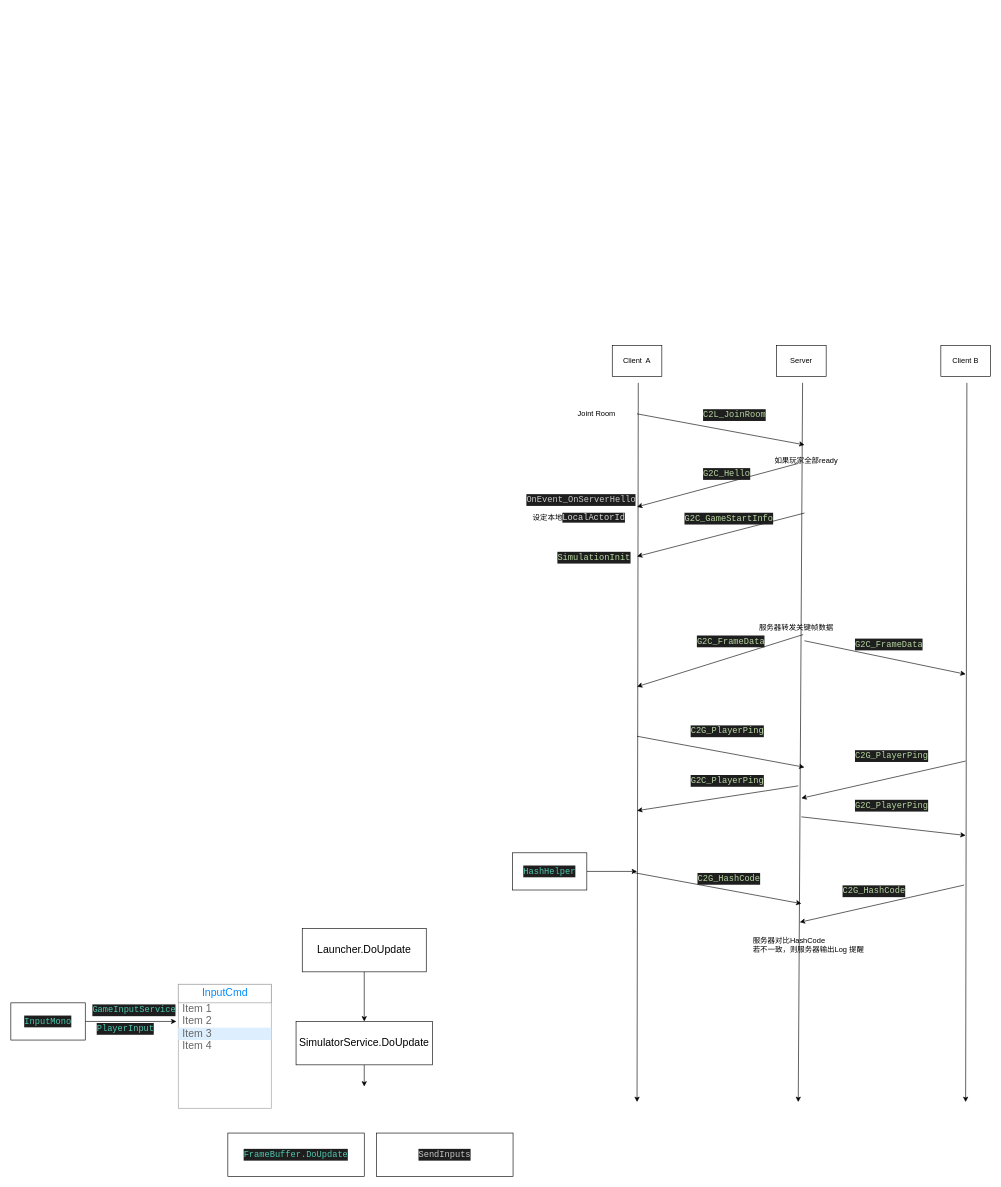
Above: Unity/Doc/LockstepPipeline.drawio in BUGyyc/LSGameCore (draw.io), before the change. Source tidied: cells renumbered, new cells numbered last; positions are measured from the earlier drawing's top-left corner, leaving out a move shared by most shapes. Both pictures are drawn from the tidied source at 62%, with x=0, y=0 at pixel (11, 345).
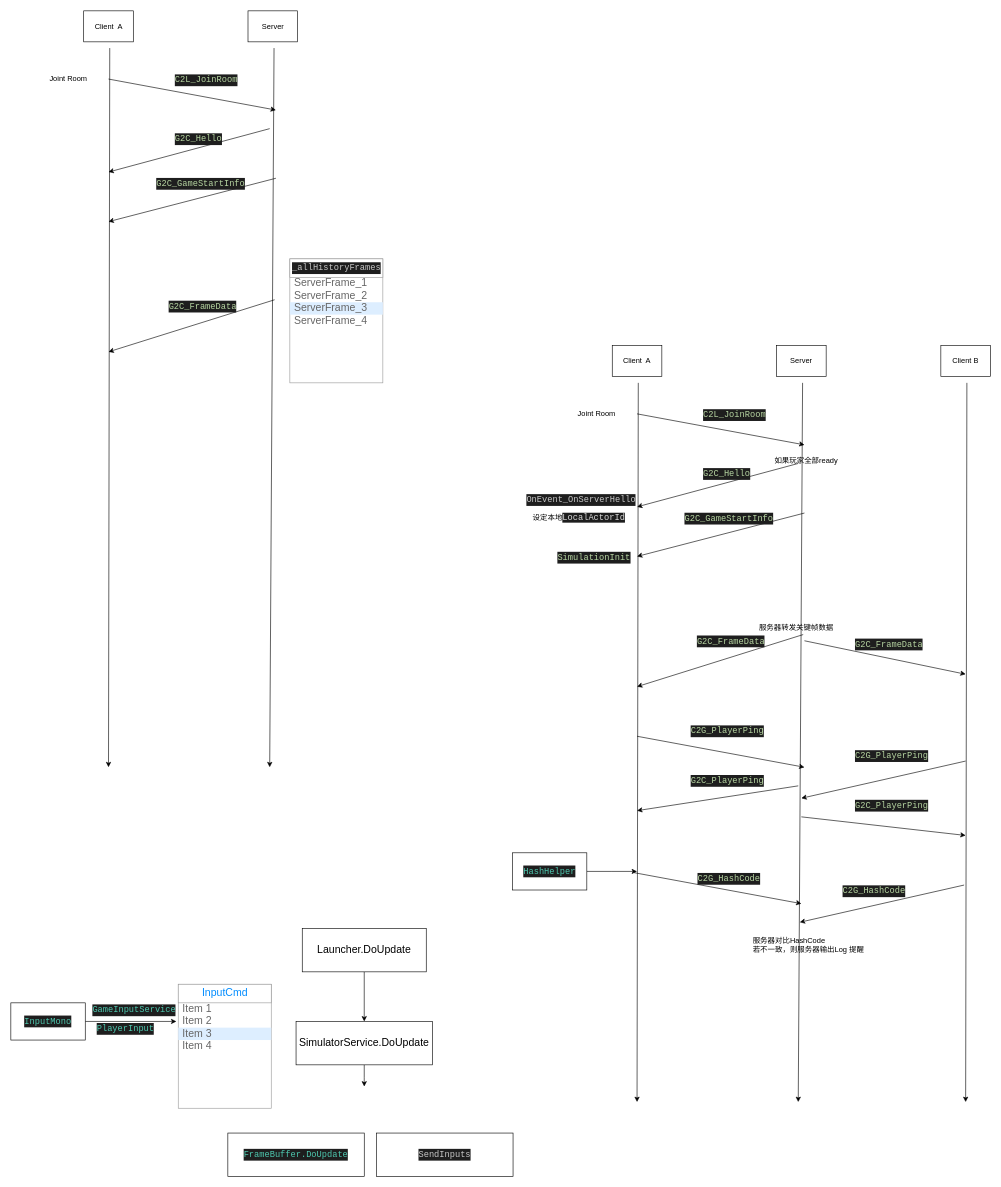
The same diagram, later.

Commit message:
read code

The edit, as a diff of the source:
```diff
@@
+    <mxCell id="55" style="endArrow=classic;html=1;" parent="1" edge="1">
+      <mxGeometry relative="1" as="geometry">
+        <mxPoint x="424.5" y="-480" as="sourcePoint" />
+        <mxPoint x="417.5" y="680" as="targetPoint" />
+      </mxGeometry>
+    </mxCell>
+    <mxCell id="56" style="endArrow=classic;html=1;" parent="1" edge="1">
+      <mxGeometry relative="1" as="geometry">
+        <mxPoint x="159.5" y="-480" as="sourcePoint" />
+        <mxPoint x="157.5" y="680" as="targetPoint" />
+      </mxGeometry>
+    </mxCell>
+    <mxCell id="57" value="Client&amp;nbsp; A" style="rounded=0;whiteSpace=wrap;html=1;" parent="1" vertex="1">
+      <mxGeometry x="117.5" y="-540" width="80" height="50" as="geometry" />
+    </mxCell>
+    <mxCell id="58" value="Server" style="rounded=0;whiteSpace=wrap;html=1;" parent="1" vertex="1">
+      <mxGeometry x="382.5" y="-540" width="80" height="50" as="geometry" />
+    </mxCell>
+    <mxCell id="59" value="Joint Room" style="text;html=1;strokeColor=none;fillColor=none;align=center;verticalAlign=middle;whiteSpace=wrap;rounded=0;" parent="1" vertex="1">
+      <mxGeometry x="47.5" y="-440" width="90" height="20" as="geometry" />
+    </mxCell>
+    <mxCell id="60" style="endArrow=classic;html=1;" parent="1" edge="1">
+      <mxGeometry relative="1" as="geometry">
+        <mxPoint x="157.5" y="-430" as="sourcePoint" />
+        <mxPoint x="427.5" y="-380" as="targetPoint" />
+      </mxGeometry>
+    </mxCell>
+    <mxCell id="61" value="&lt;div style=&quot;color: rgb(212 , 212 , 212) ; background-color: rgb(30 , 30 , 30) ; font-family: &amp;#34;consolas&amp;#34; , &amp;#34;courier new&amp;#34; , monospace ; font-size: 14px ; line-height: 19px ; white-space: pre&quot;&gt;&lt;span style=&quot;color: #b8d7a3&quot;&gt;C2L_JoinRoom&lt;/span&gt;&lt;/div&gt;" style="text;html=1;align=left;verticalAlign=top;spacingTop=-4;" parent="1" vertex="1">
+      <mxGeometry x="262.5" y="-440" width="110" height="20" as="geometry" />
+    </mxCell>
+    <mxCell id="62" style="endArrow=classic;html=1;" parent="1" edge="1">
+      <mxGeometry relative="1" as="geometry">
+        <mxPoint x="427.5" y="-270" as="sourcePoint" />
+        <mxPoint x="157.5" y="-200" as="targetPoint" />
+      </mxGeometry>
+    </mxCell>
+    <mxCell id="63" value="&lt;div style=&quot;color: rgb(212 , 212 , 212) ; background-color: rgb(30 , 30 , 30) ; font-family: &amp;#34;consolas&amp;#34; , &amp;#34;courier new&amp;#34; , monospace ; font-size: 14px ; line-height: 19px ; white-space: pre&quot;&gt;&lt;span style=&quot;color: #b8d7a3&quot;&gt;G2C_GameStartInfo&lt;/span&gt;&lt;/div&gt;" style="text;html=1;align=left;verticalAlign=top;spacingTop=-4;" parent="1" vertex="1">
+      <mxGeometry x="232.5" y="-273" width="150" height="20" as="geometry" />
+    </mxCell>
+    <mxCell id="64" style="endArrow=classic;html=1;" parent="1" edge="1">
+      <mxGeometry relative="1" as="geometry">
+        <mxPoint x="417.5" y="-350" as="sourcePoint" />
+        <mxPoint x="157.5" y="-280" as="targetPoint" />
+      </mxGeometry>
+    </mxCell>
+    <mxCell id="65" value="&lt;div style=&quot;color: rgb(212 , 212 , 212) ; background-color: rgb(30 , 30 , 30) ; font-family: &amp;#34;consolas&amp;#34; , &amp;#34;courier new&amp;#34; , monospace ; font-size: 14px ; line-height: 19px ; white-space: pre&quot;&gt;&lt;div style=&quot;font-family: &amp;#34;consolas&amp;#34; , &amp;#34;courier new&amp;#34; , monospace ; line-height: 19px&quot;&gt;&lt;span style=&quot;color: #b8d7a3&quot;&gt;G2C_Hello&lt;/span&gt;&lt;/div&gt;&lt;/div&gt;" style="text;html=1;align=left;verticalAlign=top;spacingTop=-4;" parent="1" vertex="1">
+      <mxGeometry x="262.5" y="-345" width="80" height="20" as="geometry" />
+    </mxCell>
+    <mxCell id="66" style="endArrow=classic;html=1;exitX=0.521;exitY=1.05;exitDx=0;exitDy=0;exitPerimeter=0;" parent="1" edge="1">
+      <mxGeometry relative="1" as="geometry">
+        <mxPoint x="425.4" y="-74" as="sourcePoint" />
+        <mxPoint x="157.5" y="10" as="targetPoint" />
+      </mxGeometry>
+    </mxCell>
+    <mxCell id="67" value="&lt;div style=&quot;color: rgb(212 , 212 , 212) ; background-color: rgb(30 , 30 , 30) ; font-family: &amp;#34;consolas&amp;#34; , &amp;#34;courier new&amp;#34; , monospace ; font-size: 14px ; line-height: 19px ; white-space: pre&quot;&gt;&lt;div style=&quot;font-family: &amp;#34;consolas&amp;#34; , &amp;#34;courier new&amp;#34; , monospace ; line-height: 19px&quot;&gt;&lt;span style=&quot;color: #b8d7a3&quot;&gt;G2C_FrameData&lt;/span&gt;&lt;/div&gt;&lt;/div&gt;" style="text;html=1;align=left;verticalAlign=top;spacingTop=-4;" parent="1" vertex="1">
+      <mxGeometry x="252.5" y="-75" width="120" height="20" as="geometry" />
+    </mxCell>
+    <mxCell id="68" style="strokeWidth=1;shadow=0;dashed=0;align=center;html=1;shape=mxgraph.mockup.forms.rrect;rSize=0;strokeColor=#999999;fillColor=#ffffff;" parent="1" vertex="1">
+      <mxGeometry x="450" y="-140" width="150" height="200" as="geometry" />
+    </mxCell>
+    <mxCell id="69" value="&lt;div style=&quot;color: rgb(212 , 212 , 212) ; background-color: rgb(30 , 30 , 30) ; font-family: &amp;#34;consolas&amp;#34; , &amp;#34;courier new&amp;#34; , monospace ; font-size: 14px ; line-height: 19px ; white-space: pre&quot;&gt;&lt;span style=&quot;color: #c8c8c8&quot;&gt;_allHistoryFrames&lt;/span&gt;&lt;/div&gt;" style="strokeWidth=1;shadow=0;dashed=0;align=center;html=1;shape=mxgraph.mockup.forms.rrect;rSize=0;strokeColor=#999999;fontColor=#008cff;fontSize=17;fillColor=#ffffff;" parent="68" vertex="1">
+      <mxGeometry width="150" height="30" relative="1" as="geometry" />
+    </mxCell>
+    <mxCell id="70" value="ServerFrame_1" style="strokeWidth=1;shadow=0;dashed=0;align=center;html=1;shape=mxgraph.mockup.forms.anchor;fontSize=17;fontColor=#666666;align=left;spacingLeft=5;" parent="68" vertex="1">
+      <mxGeometry width="150" height="20" relative="1" as="geometry">
+        <mxPoint y="30" as="offset" />
+      </mxGeometry>
+    </mxCell>
+    <mxCell id="71" value="ServerFrame_2" style="strokeWidth=1;shadow=0;dashed=0;align=center;html=1;shape=mxgraph.mockup.forms.anchor;fontSize=17;fontColor=#666666;align=left;spacingLeft=5;" parent="68" vertex="1">
+      <mxGeometry width="150" height="20" relative="1" as="geometry">
+        <mxPoint y="50" as="offset" />
+      </mxGeometry>
+    </mxCell>
+    <mxCell id="72" value="ServerFrame_3" style="strokeWidth=1;shadow=0;dashed=0;align=center;html=1;shape=mxgraph.mockup.forms.rrect;rSize=0;fontSize=17;fontColor=#666666;align=left;spacingLeft=5;fillColor=#ddeeff;strokeColor=none;" parent="68" vertex="1">
+      <mxGeometry width="150" height="20" relative="1" as="geometry">
+        <mxPoint y="70" as="offset" />
+      </mxGeometry>
+    </mxCell>
+    <mxCell id="73" value="ServerFrame_4" style="strokeWidth=1;shadow=0;dashed=0;align=center;html=1;shape=mxgraph.mockup.forms.anchor;fontSize=17;fontColor=#666666;align=left;spacingLeft=5;" parent="68" vertex="1">
+      <mxGeometry width="150" height="20" relative="1" as="geometry">
+        <mxPoint y="90" as="offset" />
+      </mxGeometry>
+    </mxCell>
```
